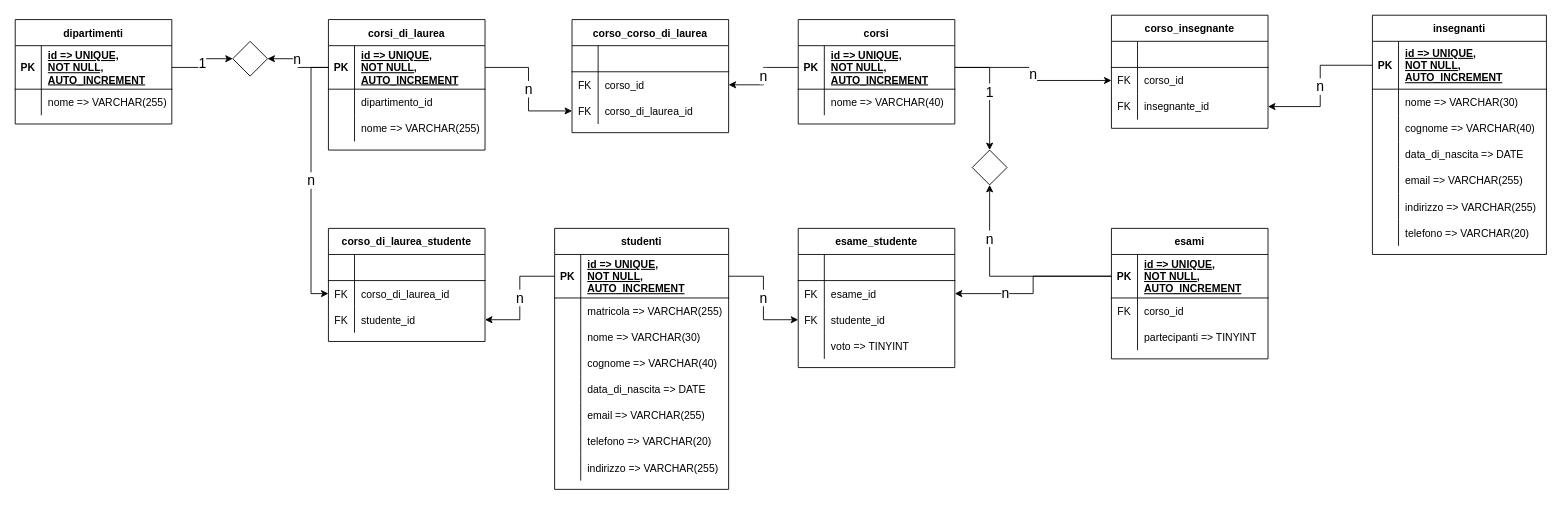
Earlier version of the draw.io diagram university.drawio (spellcry/db-university). Source tidied: cells renumbered, new cells numbered last; positions are measured from the earlier drawing's top-left corner, leaving out a move shared by most shapes. Both pictures are drawn from the tidied source at 87%, with x=0, y=0 at pixel (15, 15).
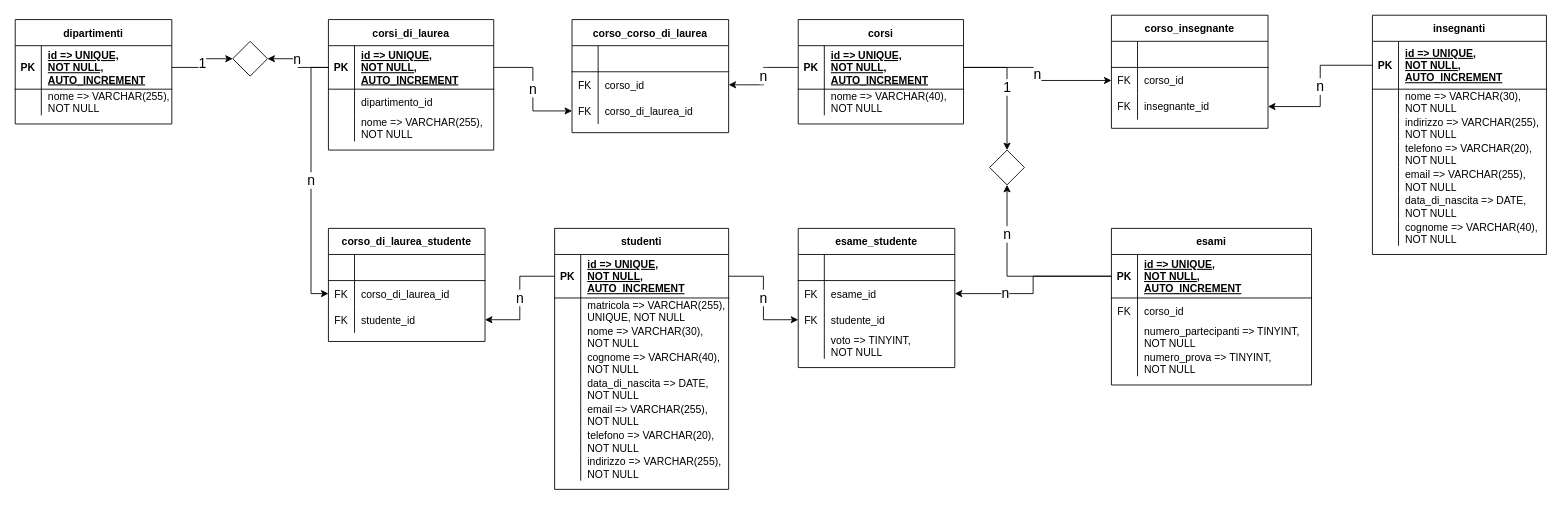
Above is the later version.

The change refers to these unchanged cells:
```xml
<mxCell id="6" style="shape=tableRow;horizontal=0;startSize=0;swimlaneHead=0;swimlaneBody=0;fillColor=none;top=0;left=0;right=0;bottom=0;" parent="2" vertex="1">
  <mxGeometry y="80" width="180" height="30" as="geometry" />
</mxCell>
<mxCell id="23" style="shape=tableRow;horizontal=0;startSize=0;swimlaneHead=0;swimlaneBody=0;fillColor=none;top=0;left=0;right=0;bottom=0;" parent="19" vertex="1">
  <mxGeometry y="80" width="200" height="30" as="geometry" />
</mxCell>
<mxCell id="26" style="shape=tableRow;horizontal=0;startSize=0;swimlaneHead=0;swimlaneBody=0;fillColor=none;top=0;left=0;right=0;bottom=0;" parent="19" vertex="1">
  <mxGeometry y="110" width="200" height="30" as="geometry" />
</mxCell>
<mxCell id="29" style="shape=tableRow;horizontal=0;startSize=0;swimlaneHead=0;swimlaneBody=0;fillColor=none;top=0;left=0;right=0;bottom=0;" parent="19" vertex="1">
  <mxGeometry y="140" width="200" height="30" as="geometry" />
</mxCell>
<mxCell id="32" style="shape=tableRow;horizontal=0;startSize=0;swimlaneHead=0;swimlaneBody=0;fillColor=none;top=0;left=0;right=0;bottom=0;" parent="19" vertex="1">
  <mxGeometry y="170" width="200" height="30" as="geometry" />
</mxCell>
<mxCell id="35" style="shape=tableRow;horizontal=0;startSize=0;swimlaneHead=0;swimlaneBody=0;fillColor=none;top=0;left=0;right=0;bottom=0;" parent="19" vertex="1">
  <mxGeometry y="200" width="200" height="30" as="geometry" />
</mxCell>
<mxCell id="38" style="shape=tableRow;horizontal=0;startSize=0;swimlaneHead=0;swimlaneBody=0;fillColor=none;top=0;left=0;right=0;bottom=0;" parent="19" vertex="1">
  <mxGeometry y="230" width="200" height="30" as="geometry" />
</mxCell>
<mxCell id="41" style="shape=tableRow;horizontal=0;startSize=0;swimlaneHead=0;swimlaneBody=0;fillColor=none;top=0;left=0;right=0;bottom=0;" parent="19" vertex="1">
  <mxGeometry y="260" width="200" height="30" as="geometry" />
</mxCell>
<mxCell id="64" style="shape=tableRow;horizontal=0;startSize=0;swimlaneHead=0;swimlaneBody=0;fillColor=none;top=0;left=0;right=0;bottom=0;" parent="54" vertex="1">
  <mxGeometry y="120" width="180" height="30" as="geometry" />
</mxCell>
<mxCell id="98" style="shape=tableRow;horizontal=0;startSize=0;swimlaneHead=0;swimlaneBody=0;fillColor=none;top=0;left=0;right=0;bottom=0;" parent="94" vertex="1">
  <mxGeometry y="85" width="200" height="30" as="geometry" />
</mxCell>
<mxCell id="101" style="shape=tableRow;horizontal=0;startSize=0;swimlaneHead=0;swimlaneBody=0;fillColor=none;top=0;left=0;right=0;bottom=0;" parent="94" vertex="1">
  <mxGeometry y="115" width="200" height="30" as="geometry" />
</mxCell>
<mxCell id="104" style="shape=tableRow;horizontal=0;startSize=0;swimlaneHead=0;swimlaneBody=0;fillColor=none;top=0;left=0;right=0;bottom=0;" parent="94" vertex="1">
  <mxGeometry y="145" width="200" height="30" as="geometry" />
</mxCell>
<mxCell id="107" style="shape=tableRow;horizontal=0;startSize=0;swimlaneHead=0;swimlaneBody=0;fillColor=none;top=0;left=0;right=0;bottom=0;" parent="94" vertex="1">
  <mxGeometry y="175" width="200" height="30" as="geometry" />
</mxCell>
<mxCell id="110" style="shape=tableRow;horizontal=0;startSize=0;swimlaneHead=0;swimlaneBody=0;fillColor=none;top=0;left=0;right=0;bottom=0;" parent="94" vertex="1">
  <mxGeometry y="205" width="200" height="30" as="geometry" />
</mxCell>
<mxCell id="113" style="shape=tableRow;horizontal=0;startSize=0;swimlaneHead=0;swimlaneBody=0;fillColor=none;top=0;left=0;right=0;bottom=0;" parent="94" vertex="1">
  <mxGeometry y="235" width="200" height="30" as="geometry" />
</mxCell>
```

The edit, as a diff of the source:
```diff
@@
-    <mxCell id="8" value="nome =&gt; VARCHAR(255)" style="shape=partialRectangle;fillColor=none;top=0;left=0;bottom=0;right=0;align=left;spacingLeft=6;overflow=hidden;" parent="6" vertex="1">
+    <mxCell id="8" value="nome =&gt; VARCHAR(255),&#10;NOT NULL" style="shape=partialRectangle;fillColor=none;top=0;left=0;bottom=0;right=0;align=left;spacingLeft=6;overflow=hidden;" parent="6" vertex="1">
       <mxGeometry x="30" width="150" height="30" as="geometry" />
     </mxCell>
     <mxCell id="9" value="corsi_di_laurea" style="shape=table;startSize=30;childLayout=tableLayout;rowLines=0;fontStyle=1;align=center;" parent="1" vertex="1">
-      <mxGeometry x="360" y="5" width="180" height="150" as="geometry" />
+      <mxGeometry x="360" y="5" width="190" height="150" as="geometry" />
     </mxCell>
     <mxCell id="10" style="shape=tableRow;horizontal=0;startSize=0;swimlaneHead=0;swimlaneBody=0;fillColor=none;points=[[0,0.5],[1,0.5]];portConstraint=eastwest;top=0;left=0;right=0;bottom=1;" parent="9" vertex="1">
-      <mxGeometry y="30" width="180" height="50" as="geometry" />
+      <mxGeometry y="30" width="190" height="50" as="geometry" />
     </mxCell>
@@
     <mxCell id="12" value="id =&gt; UNIQUE,&#10;NOT NULL,&#10;AUTO_INCREMENT" style="shape=partialRectangle;fillColor=none;top=0;left=0;bottom=0;right=0;align=left;spacingLeft=6;fontStyle=5;overflow=hidden;" parent="10" vertex="1">
-      <mxGeometry x="30" width="150" height="50" as="geometry" />
+      <mxGeometry x="30" width="160" height="50" as="geometry" />
     </mxCell>
     <mxCell id="13" style="shape=tableRow;horizontal=0;startSize=0;swimlaneHead=0;swimlaneBody=0;fillColor=none;top=0;left=0;right=0;bottom=0;" parent="9" vertex="1">
-      <mxGeometry y="80" width="180" height="30" as="geometry" />
+      <mxGeometry y="80" width="190" height="30" as="geometry" />
     </mxCell>
@@
     <mxCell id="15" value="dipartimento_id" style="shape=partialRectangle;fillColor=none;top=0;left=0;bottom=0;right=0;align=left;spacingLeft=6;overflow=hidden;" parent="13" vertex="1">
-      <mxGeometry x="30" width="150" height="30" as="geometry" />
+      <mxGeometry x="30" width="160" height="30" as="geometry" />
     </mxCell>
     <mxCell id="16" style="shape=tableRow;horizontal=0;startSize=0;swimlaneHead=0;swimlaneBody=0;fillColor=none;top=0;left=0;right=0;bottom=0;" parent="9" vertex="1">
-      <mxGeometry y="110" width="180" height="30" as="geometry" />
+      <mxGeometry y="110" width="190" height="30" as="geometry" />
     </mxCell>
@@
-    <mxCell id="18" value="nome =&gt; VARCHAR(255)" style="shape=partialRectangle;fillColor=none;top=0;left=0;bottom=0;right=0;align=left;spacingLeft=6;overflow=hidden;" parent="16" vertex="1">
-      <mxGeometry x="30" width="150" height="30" as="geometry" />
+    <mxCell id="18" value="nome =&gt; VARCHAR(255),&#10;NOT NULL" style="shape=partialRectangle;fillColor=none;top=0;left=0;bottom=0;right=0;align=left;spacingLeft=6;overflow=hidden;" parent="16" vertex="1">
+      <mxGeometry x="30" width="160" height="30" as="geometry" />
     </mxCell>
@@
-    <mxCell id="25" value="matricola =&gt; VARCHAR(255)" style="shape=partialRectangle;fillColor=none;top=0;left=0;bottom=0;right=0;align=left;spacingLeft=6;overflow=hidden;" parent="23" vertex="1">
+    <mxCell id="25" value="matricola =&gt; VARCHAR(255),&#10;UNIQUE, NOT NULL" style="shape=partialRectangle;fillColor=none;top=0;left=0;bottom=0;right=0;align=left;spacingLeft=6;overflow=hidden;" parent="23" vertex="1">
       <mxGeometry x="30" width="170" height="30" as="geometry" />
     </mxCell>
@@
-    <mxCell id="28" value="nome =&gt; VARCHAR(30)" style="shape=partialRectangle;fillColor=none;top=0;left=0;bottom=0;right=0;align=left;spacingLeft=6;overflow=hidden;" parent="26" vertex="1">
+    <mxCell id="28" value="nome =&gt; VARCHAR(30),&#10;NOT NULL" style="shape=partialRectangle;fillColor=none;top=0;left=0;bottom=0;right=0;align=left;spacingLeft=6;overflow=hidden;" parent="26" vertex="1">
       <mxGeometry x="30" width="170" height="30" as="geometry" />
     </mxCell>
@@
-    <mxCell id="31" value="cognome =&gt; VARCHAR(40)" style="shape=partialRectangle;fillColor=none;top=0;left=0;bottom=0;right=0;align=left;spacingLeft=6;overflow=hidden;" parent="29" vertex="1">
+    <mxCell id="31" value="cognome =&gt; VARCHAR(40),&#10;NOT NULL" style="shape=partialRectangle;fillColor=none;top=0;left=0;bottom=0;right=0;align=left;spacingLeft=6;overflow=hidden;" parent="29" vertex="1">
       <mxGeometry x="30" width="170" height="30" as="geometry" />
     </mxCell>
@@
-    <mxCell id="34" value="data_di_nascita =&gt; DATE" style="shape=partialRectangle;fillColor=none;top=0;left=0;bottom=0;right=0;align=left;spacingLeft=6;overflow=hidden;" parent="32" vertex="1">
+    <mxCell id="34" value="data_di_nascita =&gt; DATE,&#10;NOT NULL" style="shape=partialRectangle;fillColor=none;top=0;left=0;bottom=0;right=0;align=left;spacingLeft=6;overflow=hidden;" parent="32" vertex="1">
       <mxGeometry x="30" width="170" height="30" as="geometry" />
     </mxCell>
@@
-    <mxCell id="37" value="email =&gt; VARCHAR(255)" style="shape=partialRectangle;fillColor=none;top=0;left=0;bottom=0;right=0;align=left;spacingLeft=6;overflow=hidden;" parent="35" vertex="1">
+    <mxCell id="37" value="email =&gt; VARCHAR(255),&#10;NOT NULL" style="shape=partialRectangle;fillColor=none;top=0;left=0;bottom=0;right=0;align=left;spacingLeft=6;overflow=hidden;" parent="35" vertex="1">
       <mxGeometry x="30" width="170" height="30" as="geometry" />
     </mxCell>
@@
-    <mxCell id="40" value="telefono =&gt; VARCHAR(20)" style="shape=partialRectangle;fillColor=none;top=0;left=0;bottom=0;right=0;align=left;spacingLeft=6;overflow=hidden;" parent="38" vertex="1">
+    <mxCell id="40" value="telefono =&gt; VARCHAR(20),&#10;NOT NULL" style="shape=partialRectangle;fillColor=none;top=0;left=0;bottom=0;right=0;align=left;spacingLeft=6;overflow=hidden;" parent="38" vertex="1">
       <mxGeometry x="30" width="170" height="30" as="geometry" />
     </mxCell>
@@
-    <mxCell id="43" value="indirizzo =&gt; VARCHAR(255)" style="shape=partialRectangle;fillColor=none;top=0;left=0;bottom=0;right=0;align=left;spacingLeft=6;overflow=hidden;" parent="41" vertex="1">
+    <mxCell id="43" value="indirizzo =&gt; VARCHAR(255),&#10;NOT NULL" style="shape=partialRectangle;fillColor=none;top=0;left=0;bottom=0;right=0;align=left;spacingLeft=6;overflow=hidden;" parent="41" vertex="1">
       <mxGeometry x="30" width="170" height="30" as="geometry" />
     </mxCell>
@@
-    <mxCell id="66" value="voto =&gt; TINYINT" style="shape=partialRectangle;fillColor=none;top=0;left=0;bottom=0;right=0;align=left;spacingLeft=6;overflow=hidden;" parent="64" vertex="1">
+    <mxCell id="66" value="voto =&gt; TINYINT,&#10;NOT NULL" style="shape=partialRectangle;fillColor=none;top=0;left=0;bottom=0;right=0;align=left;spacingLeft=6;overflow=hidden;" parent="64" vertex="1">
       <mxGeometry x="30" width="150" height="30" as="geometry" />
     </mxCell>
@@
     <mxCell id="77" value="corsi" style="shape=table;startSize=30;childLayout=tableLayout;rowLines=0;fontStyle=1;align=center;" parent="1" vertex="1">
-      <mxGeometry x="900" y="5" width="180" height="120" as="geometry" />
+      <mxGeometry x="900" y="5" width="190" height="120" as="geometry" />
     </mxCell>
     <mxCell id="78" style="shape=tableRow;horizontal=0;startSize=0;swimlaneHead=0;swimlaneBody=0;fillColor=none;points=[[0,0.5],[1,0.5]];portConstraint=eastwest;top=0;left=0;right=0;bottom=1;" parent="77" vertex="1">
-      <mxGeometry y="30" width="180" height="50" as="geometry" />
+      <mxGeometry y="30" width="190" height="50" as="geometry" />
     </mxCell>
@@
     <mxCell id="80" value="id =&gt; UNIQUE,&#10;NOT NULL,&#10;AUTO_INCREMENT" style="shape=partialRectangle;fillColor=none;top=0;left=0;bottom=0;right=0;align=left;spacingLeft=6;fontStyle=5;overflow=hidden;" parent="78" vertex="1">
-      <mxGeometry x="30" width="150" height="50" as="geometry" />
+      <mxGeometry x="30" width="160" height="50" as="geometry" />
     </mxCell>
     <mxCell id="81" style="shape=tableRow;horizontal=0;startSize=0;swimlaneHead=0;swimlaneBody=0;fillColor=none;top=0;left=0;right=0;bottom=0;" parent="77" vertex="1">
-      <mxGeometry y="80" width="180" height="30" as="geometry" />
+      <mxGeometry y="80" width="190" height="30" as="geometry" />
     </mxCell>
@@
-    <mxCell id="83" value="nome =&gt; VARCHAR(40)" style="shape=partialRectangle;fillColor=none;top=0;left=0;bottom=0;right=0;align=left;spacingLeft=6;overflow=hidden;" parent="81" vertex="1">
-      <mxGeometry x="30" width="150" height="30" as="geometry" />
+    <mxCell id="83" value="nome =&gt; VARCHAR(40),&#10;NOT NULL" style="shape=partialRectangle;fillColor=none;top=0;left=0;bottom=0;right=0;align=left;spacingLeft=6;overflow=hidden;" parent="81" vertex="1">
+      <mxGeometry x="30" width="160" height="30" as="geometry" />
     </mxCell>
     <mxCell id="84" value="esami" style="shape=table;startSize=30;childLayout=tableLayout;rowLines=0;fontStyle=1;align=center;" parent="1" vertex="1">
-      <mxGeometry x="1260" y="245" width="180" height="150" as="geometry" />
+      <mxGeometry x="1260" y="245" width="230" height="180" as="geometry" />
     </mxCell>
     <mxCell id="85" style="shape=tableRow;horizontal=0;startSize=0;swimlaneHead=0;swimlaneBody=0;fillColor=none;points=[[0,0.5],[1,0.5]];portConstraint=eastwest;top=0;left=0;right=0;bottom=1;" parent="84" vertex="1">
-      <mxGeometry y="30" width="180" height="50" as="geometry" />
+      <mxGeometry y="30" width="230" height="50" as="geometry" />
     </mxCell>
@@
     <mxCell id="87" value="id =&gt; UNIQUE,&#10;NOT NULL,&#10;AUTO_INCREMENT" style="shape=partialRectangle;fillColor=none;top=0;left=0;bottom=0;right=0;align=left;spacingLeft=6;fontStyle=5;overflow=hidden;" parent="85" vertex="1">
-      <mxGeometry x="30" width="150" height="50" as="geometry" />
+      <mxGeometry x="30" width="200" height="50" as="geometry" />
     </mxCell>
     <mxCell id="88" style="shape=tableRow;horizontal=0;startSize=0;swimlaneHead=0;swimlaneBody=0;fillColor=none;top=0;left=0;right=0;bottom=0;" parent="84" vertex="1">
-      <mxGeometry y="80" width="180" height="30" as="geometry" />
+      <mxGeometry y="80" width="230" height="30" as="geometry" />
     </mxCell>
@@
     <mxCell id="90" value="corso_id" style="shape=partialRectangle;fillColor=none;top=0;left=0;bottom=0;right=0;align=left;spacingLeft=6;overflow=hidden;" parent="88" vertex="1">
-      <mxGeometry x="30" width="150" height="30" as="geometry" />
+      <mxGeometry x="30" width="200" height="30" as="geometry" />
     </mxCell>
     <mxCell id="91" style="shape=tableRow;horizontal=0;startSize=0;swimlaneHead=0;swimlaneBody=0;fillColor=none;top=0;left=0;right=0;bottom=0;" parent="84" vertex="1">
-      <mxGeometry y="110" width="180" height="30" as="geometry" />
+      <mxGeometry y="110" width="230" height="30" as="geometry" />
     </mxCell>
@@
-    <mxCell id="93" value="partecipanti =&gt; TINYINT" style="shape=partialRectangle;fillColor=none;top=0;left=0;bottom=0;right=0;align=left;spacingLeft=6;overflow=hidden;" parent="91" vertex="1">
-      <mxGeometry x="30" width="150" height="30" as="geometry" />
+    <mxCell id="93" value="numero_partecipanti =&gt; TINYINT,&#10;NOT NULL" style="shape=partialRectangle;fillColor=none;top=0;left=0;bottom=0;right=0;align=left;spacingLeft=6;overflow=hidden;" parent="91" vertex="1">
+      <mxGeometry x="30" width="200" height="30" as="geometry" />
     </mxCell>
+    <mxCell id="140" style="shape=tableRow;horizontal=0;startSize=0;swimlaneHead=0;swimlaneBody=0;fillColor=none;top=0;left=0;right=0;bottom=0;" parent="84" vertex="1">
+      <mxGeometry y="140" width="230" height="30" as="geometry" />
+    </mxCell>
+    <mxCell id="141" style="shape=partialRectangle;fillColor=none;top=0;left=0;bottom=0;right=0;overflow=hidden;" parent="140" vertex="1">
+      <mxGeometry width="30" height="30" as="geometry" />
+    </mxCell>
+    <mxCell id="142" value="numero_prova =&gt; TINYINT,&#10;NOT NULL" style="shape=partialRectangle;fillColor=none;top=0;left=0;bottom=0;right=0;align=left;spacingLeft=6;overflow=hidden;" parent="140" vertex="1">
+      <mxGeometry x="30" width="200" height="30" as="geometry" />
+    </mxCell>
@@
-    <mxCell id="99" style="shape=partialRectangle;fillColor=none;top=0;left=0;bottom=0;right=0;overflow=hidden;" parent="98" vertex="1">
-      <mxGeometry width="30" height="30" as="geometry" />
-    </mxCell>
-    <mxCell id="100" value="nome =&gt; VARCHAR(30)" style="shape=partialRectangle;fillColor=none;top=0;left=0;bottom=0;right=0;align=left;spacingLeft=6;overflow=hidden;" parent="98" vertex="1">
-      <mxGeometry x="30" width="170" height="30" as="geometry" />
-    </mxCell>
+    <mxCell id="143" style="shape=partialRectangle;fillColor=none;top=0;left=0;bottom=0;right=0;overflow=hidden;" parent="98" vertex="1">
+      <mxGeometry width="30" height="30" as="geometry" />
+    </mxCell>
+    <mxCell id="144" value="nome =&gt; VARCHAR(30),&#10;NOT NULL" style="shape=partialRectangle;fillColor=none;top=0;left=0;bottom=0;right=0;align=left;spacingLeft=6;overflow=hidden;" parent="98" vertex="1">
+      <mxGeometry x="30" width="170" height="30" as="geometry" />
+    </mxCell>
@@
-    <mxCell id="102" style="shape=partialRectangle;fillColor=none;top=0;left=0;bottom=0;right=0;overflow=hidden;" parent="101" vertex="1">
-      <mxGeometry width="30" height="30" as="geometry" />
-    </mxCell>
-    <mxCell id="103" value="cognome =&gt; VARCHAR(40)" style="shape=partialRectangle;fillColor=none;top=0;left=0;bottom=0;right=0;align=left;spacingLeft=6;overflow=hidden;" parent="101" vertex="1">
-      <mxGeometry x="30" width="170" height="30" as="geometry" />
-    </mxCell>
+    <mxCell id="145" style="shape=partialRectangle;fillColor=none;top=0;left=0;bottom=0;right=0;overflow=hidden;" parent="101" vertex="1">
+      <mxGeometry width="30" height="30" as="geometry" />
+    </mxCell>
+    <mxCell id="146" value="indirizzo =&gt; VARCHAR(255),&#10;NOT NULL" style="shape=partialRectangle;fillColor=none;top=0;left=0;bottom=0;right=0;align=left;spacingLeft=6;overflow=hidden;" parent="101" vertex="1">
+      <mxGeometry x="30" width="170" height="30" as="geometry" />
+    </mxCell>
@@
-    <mxCell id="105" style="shape=partialRectangle;fillColor=none;top=0;left=0;bottom=0;right=0;overflow=hidden;" parent="104" vertex="1">
-      <mxGeometry width="30" height="30" as="geometry" />
-    </mxCell>
-    <mxCell id="106" value="data_di_nascita =&gt; DATE" style="shape=partialRectangle;fillColor=none;top=0;left=0;bottom=0;right=0;align=left;spacingLeft=6;overflow=hidden;" parent="104" vertex="1">
-      <mxGeometry x="30" width="170" height="30" as="geometry" />
-    </mxCell>
+    <mxCell id="147" style="shape=partialRectangle;fillColor=none;top=0;left=0;bottom=0;right=0;overflow=hidden;" parent="104" vertex="1">
+      <mxGeometry width="30" height="30" as="geometry" />
+    </mxCell>
+    <mxCell id="148" value="telefono =&gt; VARCHAR(20),&#10;NOT NULL" style="shape=partialRectangle;fillColor=none;top=0;left=0;bottom=0;right=0;align=left;spacingLeft=6;overflow=hidden;" parent="104" vertex="1">
+      <mxGeometry x="30" width="170" height="30" as="geometry" />
+    </mxCell>
@@
-    <mxCell id="108" style="shape=partialRectangle;fillColor=none;top=0;left=0;bottom=0;right=0;overflow=hidden;" parent="107" vertex="1">
-      <mxGeometry width="30" height="30" as="geometry" />
-    </mxCell>
-    <mxCell id="109" value="email =&gt; VARCHAR(255)" style="shape=partialRectangle;fillColor=none;top=0;left=0;bottom=0;right=0;align=left;spacingLeft=6;overflow=hidden;" parent="107" vertex="1">
-      <mxGeometry x="30" width="170" height="30" as="geometry" />
-    </mxCell>
+    <mxCell id="149" style="shape=partialRectangle;fillColor=none;top=0;left=0;bottom=0;right=0;overflow=hidden;" parent="107" vertex="1">
+      <mxGeometry width="30" height="30" as="geometry" />
+    </mxCell>
+    <mxCell id="150" value="email =&gt; VARCHAR(255),&#10;NOT NULL" style="shape=partialRectangle;fillColor=none;top=0;left=0;bottom=0;right=0;align=left;spacingLeft=6;overflow=hidden;" parent="107" vertex="1">
+      <mxGeometry x="30" width="170" height="30" as="geometry" />
+    </mxCell>
@@
-    <mxCell id="111" style="shape=partialRectangle;fillColor=none;top=0;left=0;bottom=0;right=0;overflow=hidden;" parent="110" vertex="1">
-      <mxGeometry width="30" height="30" as="geometry" />
-    </mxCell>
-    <mxCell id="112" value="indirizzo =&gt; VARCHAR(255)" style="shape=partialRectangle;fillColor=none;top=0;left=0;bottom=0;right=0;align=left;spacingLeft=6;overflow=hidden;" parent="110" vertex="1">
-      <mxGeometry x="30" width="170" height="30" as="geometry" />
-    </mxCell>
+    <mxCell id="151" style="shape=partialRectangle;fillColor=none;top=0;left=0;bottom=0;right=0;overflow=hidden;" parent="110" vertex="1">
+      <mxGeometry width="30" height="30" as="geometry" />
+    </mxCell>
+    <mxCell id="152" value="data_di_nascita =&gt; DATE,&#10;NOT NULL" style="shape=partialRectangle;fillColor=none;top=0;left=0;bottom=0;right=0;align=left;spacingLeft=6;overflow=hidden;" parent="110" vertex="1">
+      <mxGeometry x="30" width="170" height="30" as="geometry" />
+    </mxCell>
@@
-    <mxCell id="114" style="shape=partialRectangle;fillColor=none;top=0;left=0;bottom=0;right=0;overflow=hidden;" parent="113" vertex="1">
-      <mxGeometry width="30" height="30" as="geometry" />
-    </mxCell>
-    <mxCell id="115" value="telefono =&gt; VARCHAR(20)" style="shape=partialRectangle;fillColor=none;top=0;left=0;bottom=0;right=0;align=left;spacingLeft=6;overflow=hidden;" parent="113" vertex="1">
-      <mxGeometry x="30" width="170" height="30" as="geometry" />
-    </mxCell>
+    <mxCell id="153" style="shape=partialRectangle;fillColor=none;top=0;left=0;bottom=0;right=0;overflow=hidden;" parent="113" vertex="1">
+      <mxGeometry width="30" height="30" as="geometry" />
+    </mxCell>
+    <mxCell id="154" value="cognome =&gt; VARCHAR(40),&#10;NOT NULL" style="shape=partialRectangle;fillColor=none;top=0;left=0;bottom=0;right=0;align=left;spacingLeft=6;overflow=hidden;" parent="113" vertex="1">
+      <mxGeometry x="30" width="170" height="30" as="geometry" />
+    </mxCell>
@@
     <mxCell id="127" style="rhombus;whiteSpace=wrap;html=1;" parent="1" vertex="1">
-      <mxGeometry x="1100" y="155" width="40" height="40" as="geometry" />
+      <mxGeometry x="1120" y="155" width="40" height="40" as="geometry" />
     </mxCell>
```
